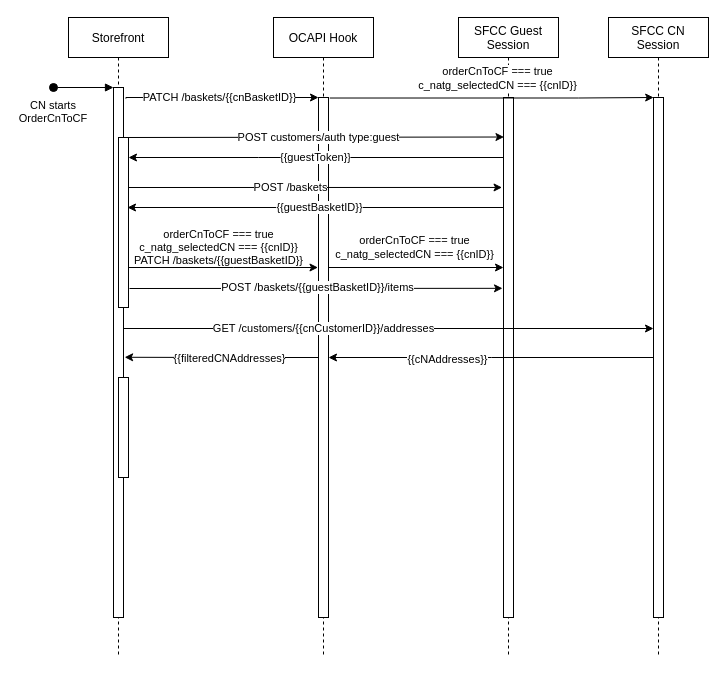
Above: vendasemestoque.drawio in pettll/diagrams (draw.io), before the change. Source tidied: cells renumbered, new cells numbered last; positions are measured from the earlier drawing's top-left corner, leaving out a move shared by most shapes. Both pictures are drawn from the tidied source at 100%, with x=0, y=0 at pixel (53, 17).
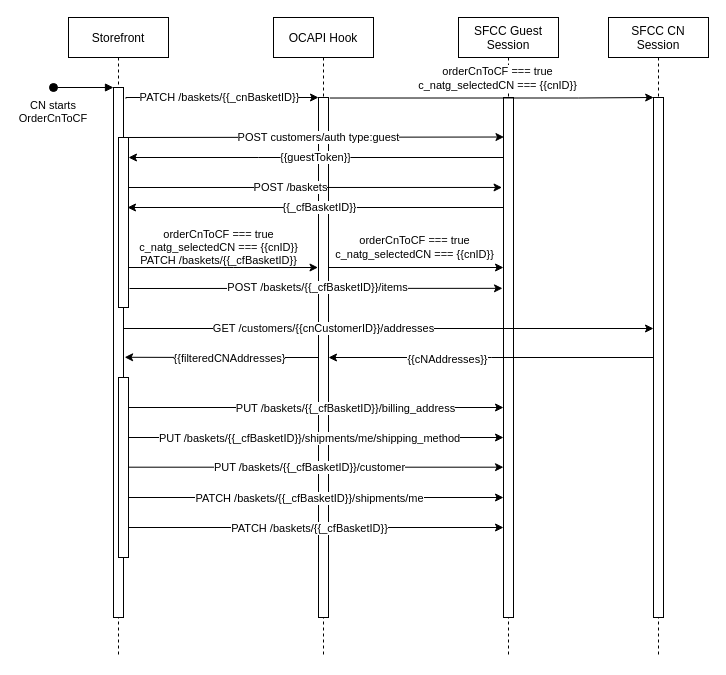
The same diagram, later.

The change refers to these unchanged cells:
```xml
<mxCell id="2" value="Storefront" style="shape=umlLifeline;perimeter=lifelinePerimeter;rounded=0;shadow=0;strokeWidth=1;" parent="1" vertex="1">
  <mxGeometry x="15" width="100" height="640" as="geometry" />
</mxCell>
<mxCell id="3" style="points=[];perimeter=orthogonalPerimeter;rounded=0;shadow=0;strokeWidth=1;" parent="2" vertex="1">
  <mxGeometry x="45" y="70" width="10" height="530" as="geometry" />
</mxCell>
<mxCell id="10" value="SFCC Guest &#10;Session" style="shape=umlLifeline;perimeter=lifelinePerimeter;rounded=0;shadow=0;strokeWidth=1;" parent="1" vertex="1">
  <mxGeometry x="405" width="100" height="640" as="geometry" />
</mxCell>
<mxCell id="11" style="points=[];perimeter=orthogonalPerimeter;rounded=0;shadow=0;strokeWidth=1;" parent="10" vertex="1">
  <mxGeometry x="45" y="80" width="10" height="520" as="geometry" />
</mxCell>
```

Change to the diagram source:
```diff
@@
     <mxCell id="6" style="points=[];perimeter=orthogonalPerimeter;rounded=0;shadow=0;strokeWidth=1;" parent="2" vertex="1">
-      <mxGeometry x="50" y="360" width="10" height="100" as="geometry" />
+      <mxGeometry x="50" y="360" width="10" height="180" as="geometry" />
     </mxCell>
-    <mxCell id="7" value="PATCH /baskets/{{cnBasketID}}" style="edgeStyle=orthogonalEdgeStyle;rounded=0;jettySize=auto;html=1;exitX=1.242;exitY=0.021;exitDx=0;exitDy=0;exitPerimeter=0;" parent="2" edge="1" source="3">
+    <mxCell id="7" value="PATCH /baskets/{{_cnBasketID}}" style="edgeStyle=orthogonalEdgeStyle;rounded=0;jettySize=auto;html=1;exitX=1.242;exitY=0.021;exitDx=0;exitDy=0;exitPerimeter=0;" parent="2" edge="1" source="3">
       <mxGeometry x="-0.02" relative="1" as="geometry">
         <mxPoint x="250" y="80" as="targetPoint" />
         <Array as="points">
           <mxPoint x="57" y="80" />
         </Array>
       </mxGeometry>
     </mxCell>
@@
+    <mxCell id="28" style="edgeStyle=orthogonalEdgeStyle;rounded=0;orthogonalLoop=1;jettySize=auto;html=1;" parent="10" edge="1">
+      <mxGeometry relative="1" as="geometry">
+        <mxPoint x="-330" y="449.7" as="sourcePoint" />
+        <mxPoint x="45" y="449.7" as="targetPoint" />
+        <Array as="points">
+          <mxPoint x="45" y="449.7" />
+        </Array>
+      </mxGeometry>
+    </mxCell>
+    <mxCell id="29" value="PUT /baskets/{{_cfBasketID}}/customer" style="edgeLabel;html=1;align=center;verticalAlign=middle;" parent="28" vertex="1">
+      <mxGeometry x="0.15" relative="1" as="geometry">
+        <mxPoint x="-36" as="offset" />
+      </mxGeometry>
+    </mxCell>
@@
-    <mxCell id="14" value="{{guestBasketID}}" style="edgeStyle=orthogonalEdgeStyle;rounded=0;jettySize=auto;html=1;" parent="1" edge="1" source="11">
+    <mxCell id="14" value="{{_cfBasketID}}" style="edgeStyle=orthogonalEdgeStyle;rounded=0;jettySize=auto;html=1;" parent="1" edge="1" source="11">
       <mxGeometry x="-0.02" relative="1" as="geometry">
         <mxPoint x="74" y="190" as="targetPoint" />
         <Array as="points">
           <mxPoint x="74" y="190" />
         </Array>
       </mxGeometry>
     </mxCell>
-    <mxCell id="15" value="POST&amp;nbsp;/baskets/{{guestBasketID}}/items" style="edgeStyle=orthogonalEdgeStyle;rounded=0;jettySize=auto;html=1;entryX=-0.1;entryY=0.367;entryDx=0;entryDy=0;entryPerimeter=0;" parent="1" edge="1" target="11">
+    <mxCell id="15" value="POST&amp;nbsp;/baskets/{{_cfBasketID}}/items" style="edgeStyle=orthogonalEdgeStyle;rounded=0;jettySize=auto;html=1;entryX=-0.1;entryY=0.367;entryDx=0;entryDy=0;entryPerimeter=0;" parent="1" edge="1" target="11">
       <mxGeometry x="0.01" y="1" relative="1" as="geometry">
         <mxPoint x="76" y="271" as="sourcePoint" />
         <Array as="points">
           <mxPoint x="76" y="271" />
         </Array>
       </mxGeometry>
     </mxCell>
@@
-    <mxCell id="24" value="orderCnToCF === true&lt;br&gt;c_natg_selectedCN === {{cnID}}&lt;br&gt;PATCH /baskets/{{guestBasketID}}" style="edgeStyle=orthogonalEdgeStyle;rounded=0;orthogonalLoop=1;jettySize=auto;html=1;" parent="1" edge="1">
+    <mxCell id="24" value="orderCnToCF === true&lt;br&gt;c_natg_selectedCN === {{cnID}}&lt;br&gt;PATCH /baskets/{{_cfBasketID}}" style="edgeStyle=orthogonalEdgeStyle;rounded=0;orthogonalLoop=1;jettySize=auto;html=1;" parent="1" edge="1">
       <mxGeometry x="-0.05" y="20" relative="1" as="geometry">
         <mxPoint x="75" y="250" as="sourcePoint" />
         <mxPoint x="264.5" y="250" as="targetPoint" />
         <Array as="points">
           <mxPoint x="180" y="250" />
           <mxPoint x="180" y="250" />
         </Array>
       </mxGeometry>
     </mxCell>
@@
+    <mxCell id="30" style="edgeStyle=orthogonalEdgeStyle;rounded=0;jettySize=auto;html=1;" parent="1" edge="1" source="6">
+      <mxGeometry relative="1" as="geometry">
+        <mxPoint x="450" y="390" as="targetPoint" />
+        <Array as="points">
+          <mxPoint x="450" y="390" />
+        </Array>
+      </mxGeometry>
+    </mxCell>
+    <mxCell id="31" value="PUT /baskets/{{_cfBasketID}}/billing_address" style="edgeLabel;html=1;align=center;verticalAlign=middle;" parent="30" vertex="1">
+      <mxGeometry x="0.15" relative="1" as="geometry" />
+    </mxCell>
+    <mxCell id="32" style="edgeStyle=orthogonalEdgeStyle;rounded=0;orthogonalLoop=1;jettySize=auto;html=1;" parent="1" edge="1">
+      <mxGeometry relative="1" as="geometry">
+        <mxPoint x="75" y="420" as="sourcePoint" />
+        <mxPoint x="450" y="420" as="targetPoint" />
+        <Array as="points">
+          <mxPoint x="450" y="420" />
+        </Array>
+      </mxGeometry>
+    </mxCell>
+    <mxCell id="33" value="PUT /baskets/{{_cfBasketID}}/shipments/me/shipping_method" style="edgeLabel;html=1;align=center;verticalAlign=middle;" parent="32" vertex="1">
+      <mxGeometry x="0.15" relative="1" as="geometry">
+        <mxPoint x="-36" as="offset" />
+      </mxGeometry>
+    </mxCell>
+    <mxCell id="34" style="edgeStyle=orthogonalEdgeStyle;rounded=0;orthogonalLoop=1;jettySize=auto;html=1;" parent="1" edge="1">
+      <mxGeometry relative="1" as="geometry">
+        <mxPoint x="75" y="480" as="sourcePoint" />
+        <mxPoint x="450" y="480" as="targetPoint" />
+        <Array as="points">
+          <mxPoint x="450" y="480" />
+        </Array>
+      </mxGeometry>
+    </mxCell>
+    <mxCell id="35" value="PATCH&amp;nbsp;/baskets/{{_cfBasketID}}/shipments/me" style="edgeLabel;html=1;align=center;verticalAlign=middle;" parent="34" vertex="1">
+      <mxGeometry x="0.15" relative="1" as="geometry">
+        <mxPoint x="-36" as="offset" />
+      </mxGeometry>
+    </mxCell>
+    <mxCell id="36" style="edgeStyle=orthogonalEdgeStyle;rounded=0;orthogonalLoop=1;jettySize=auto;html=1;" parent="1" edge="1">
+      <mxGeometry relative="1" as="geometry">
+        <mxPoint x="75" y="510" as="sourcePoint" />
+        <mxPoint x="450" y="510" as="targetPoint" />
+        <Array as="points">
+          <mxPoint x="450" y="510" />
+        </Array>
+      </mxGeometry>
+    </mxCell>
+    <mxCell id="37" value="PATCH&amp;nbsp;/baskets/{{_cfBasketID}}" style="edgeLabel;html=1;align=center;verticalAlign=middle;" parent="36" vertex="1">
+      <mxGeometry x="0.15" relative="1" as="geometry">
+        <mxPoint x="-36" as="offset" />
+      </mxGeometry>
+    </mxCell>
```
